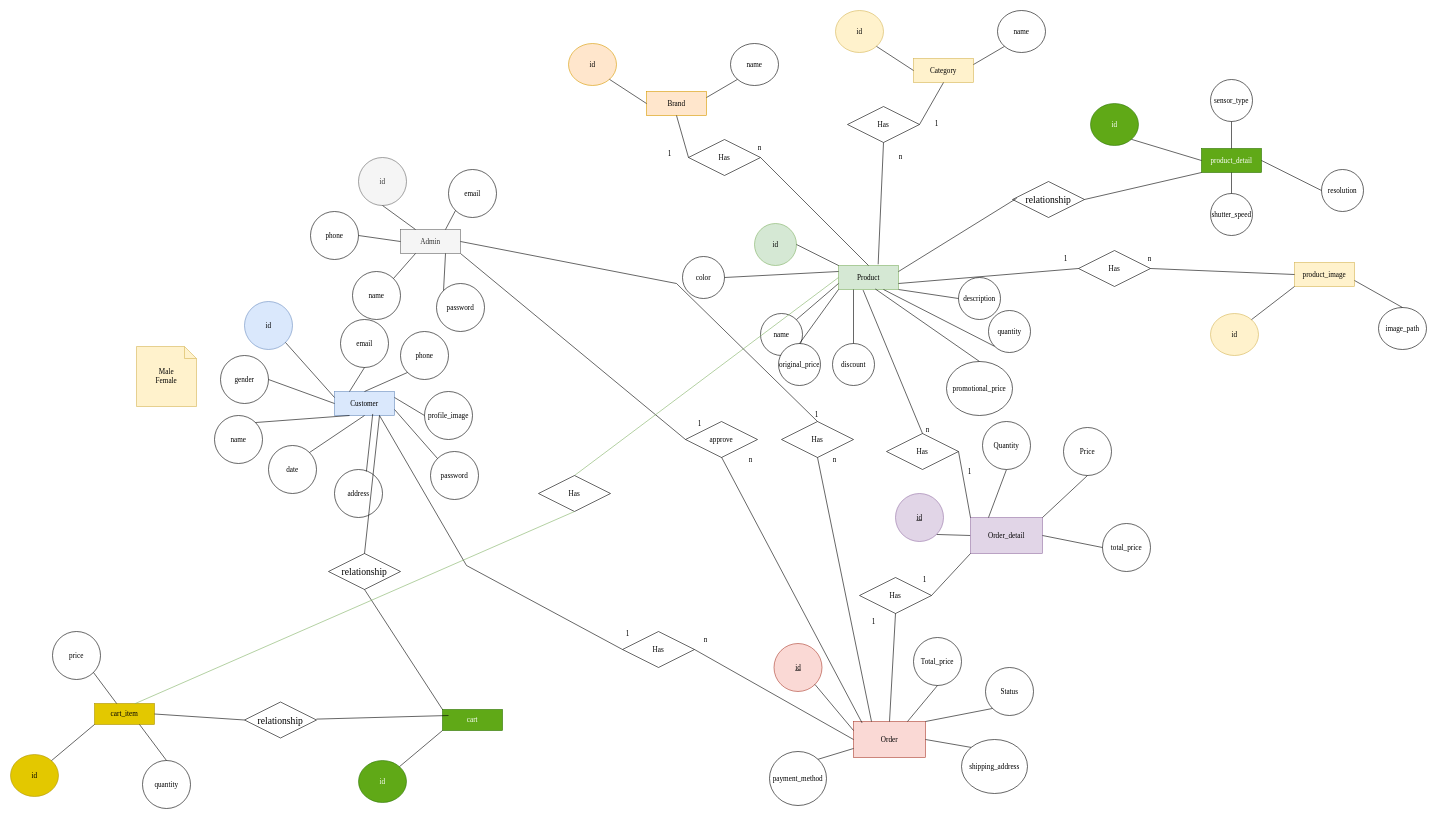
Earlier version of the draw.io diagram page "Page-1" (1 of 2) of CameraStore.drawio (FlashTM123/assignment). Source tidied: cells renumbered, new cells numbered last; positions are measured from the earlier drawing's top-left corner, leaving out a move shared by most shapes. Both pictures are drawn from the tidied source at 60%, with x=0, y=0 at pixel (10, 10).
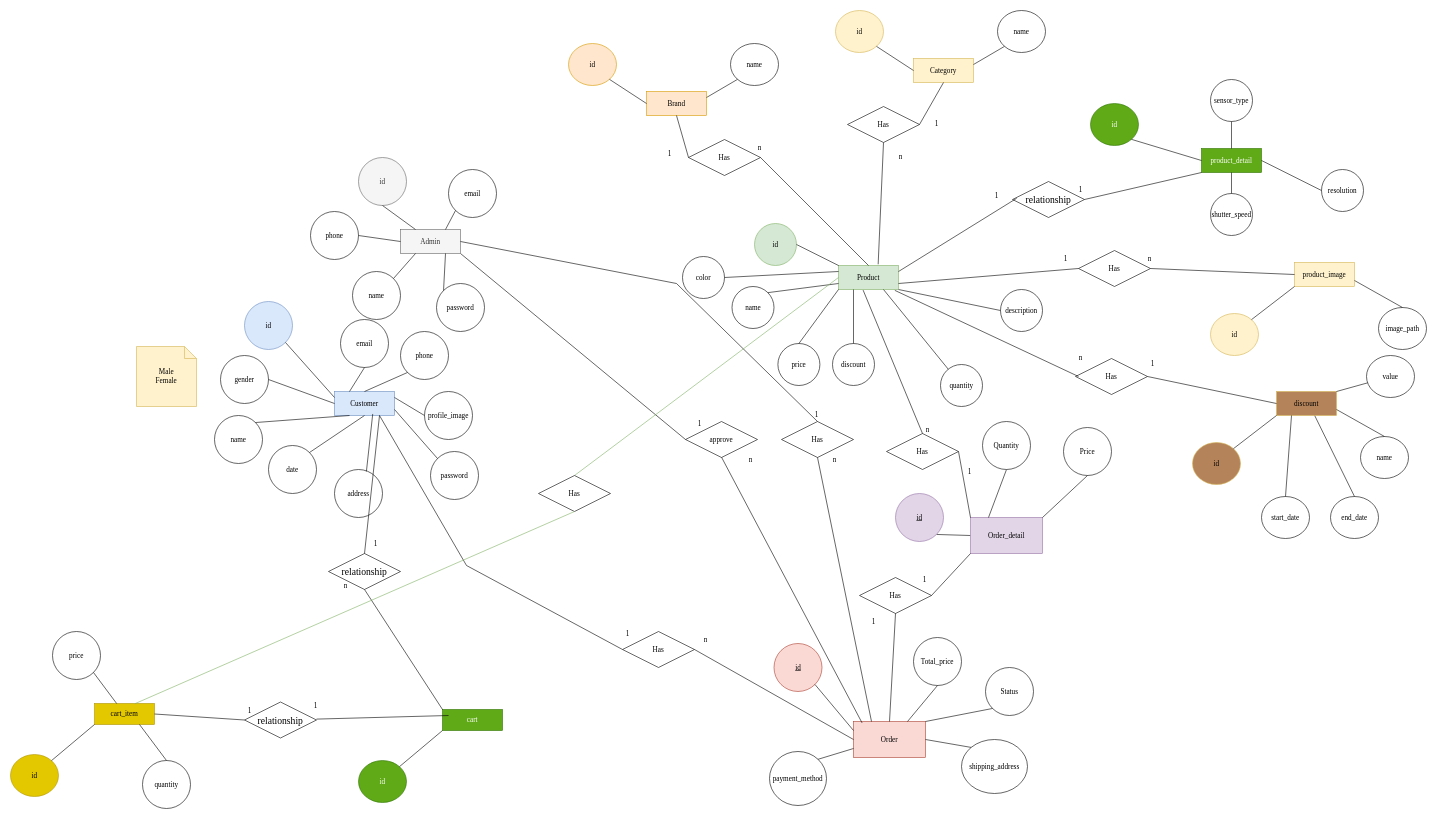
The same diagram, later.

Unchanged cells that the change refers to:
```xml
<mxCell id="2" value="Product" style="whiteSpace=wrap;html=1;align=center;fontFamily=Times New Roman;fillColor=#d5e8d4;strokeColor=#82b366;fontSize=12;" parent="1" vertex="1">
  <mxGeometry x="1380" y="425" width="100" height="40" as="geometry" />
</mxCell>
<mxCell id="92" value="Order_detail" style="rounded=0;whiteSpace=wrap;html=1;fontFamily=Times New Roman;fontSize=12;fillColor=#e1d5e7;strokeColor=#9673a6;" parent="1" vertex="1">
  <mxGeometry x="1600" y="845" width="120" height="60" as="geometry" />
</mxCell>
```

Diff of the diagram source:
```diff
@@
     <mxCell id="32" value="name" style="ellipse;whiteSpace=wrap;html=1;align=center;fontFamily=Times New Roman;fontSize=12;" parent="1" vertex="1">
-      <mxGeometry x="1250" y="505" width="70" height="70" as="geometry" />
+      <mxGeometry x="1202.5" y="460" width="70" height="70" as="geometry" />
     </mxCell>
-    <mxCell id="33" value="original_price" style="ellipse;whiteSpace=wrap;html=1;align=center;fontFamily=Times New Roman;fontSize=12;" parent="1" vertex="1">
-      <mxGeometry x="1280" y="555" width="70" height="70" as="geometry" />
+    <mxCell id="33" value="price" style="ellipse;whiteSpace=wrap;html=1;align=center;fontFamily=Times New Roman;fontSize=12;" parent="1" vertex="1">
+      <mxGeometry x="1279" y="555" width="70" height="70" as="geometry" />
     </mxCell>
@@
     <mxCell id="35" value="quantity" style="ellipse;whiteSpace=wrap;html=1;align=center;fontFamily=Times New Roman;fontSize=12;" parent="1" vertex="1">
-      <mxGeometry x="1630" y="500" width="70" height="70" as="geometry" />
+      <mxGeometry x="1550" y="590" width="70" height="70" as="geometry" />
     </mxCell>
@@
     <mxCell id="39" value="description" style="ellipse;whiteSpace=wrap;html=1;align=center;fontFamily=Times New Roman;fontSize=12;" parent="1" vertex="1">
-      <mxGeometry x="1580" y="445" width="70" height="70" as="geometry" />
+      <mxGeometry x="1650" y="465" width="70" height="70" as="geometry" />
     </mxCell>
-    <mxCell id="40" value="promotional_price" style="ellipse;whiteSpace=wrap;html=1;align=center;fontFamily=Times New Roman;fontSize=12;" parent="1" vertex="1">
-      <mxGeometry x="1560" y="585" width="110" height="90" as="geometry" />
-    </mxCell>
@@
-    <mxCell id="45" style="endArrow=none;html=1;rounded=0;exitX=0.5;exitY=0;exitDx=0;exitDy=0;entryX=0.614;entryY=0.979;entryDx=0;entryDy=0;entryPerimeter=0;fontSize=12;" parent="1" edge="1" source="40" target="2">
-      <mxGeometry relative="1" as="geometry" />
-    </mxCell>
-    <mxCell id="46" style="endArrow=none;html=1;rounded=0;exitX=0;exitY=1;exitDx=0;exitDy=0;entryX=0.75;entryY=1;entryDx=0;entryDy=0;fontSize=12;" parent="1" edge="1" source="35" target="2">
+    <mxCell id="46" style="endArrow=none;html=1;rounded=0;entryX=0.75;entryY=1;entryDx=0;entryDy=0;fontSize=12;" parent="1" edge="1" source="35" target="2">
       <mxGeometry relative="1" as="geometry" />
     </mxCell>
@@
-    <mxCell id="95" value="total_price" style="ellipse;whiteSpace=wrap;html=1;align=center;fontFamily=Times New Roman;fontSize=12;" parent="1" vertex="1">
-      <mxGeometry x="1820" y="855" width="80" height="80" as="geometry" />
-    </mxCell>
@@
-    <mxCell id="98" style="endArrow=none;html=1;rounded=0;entryX=0;entryY=0.5;entryDx=0;entryDy=0;exitX=1;exitY=0.5;exitDx=0;exitDy=0;fontSize=12;" parent="1" edge="1" source="92" target="95">
-      <mxGeometry relative="1" as="geometry" />
-    </mxCell>
@@
+    <mxCell id="156" value="1" style="text;strokeColor=none;fillColor=none;spacingLeft=4;spacingRight=4;overflow=hidden;fontSize=12;whiteSpace=wrap;html=1;fontFamily=Times New Roman;" parent="1" vertex="1">
+      <mxGeometry x="1635" y="295" width="40" height="30" as="geometry" />
+    </mxCell>
+    <mxCell id="157" value="1" style="text;strokeColor=none;fillColor=none;spacingLeft=4;spacingRight=4;overflow=hidden;fontSize=12;whiteSpace=wrap;html=1;fontFamily=Times New Roman;" parent="1" vertex="1">
+      <mxGeometry x="1775" y="285" width="40" height="30" as="geometry" />
+    </mxCell>
+    <mxCell id="158" value="discount" style="whiteSpace=wrap;html=1;align=center;fontFamily=Times New Roman;fillColor=light-dark(#b5835a, #281d00);strokeColor=#d6b656;fontSize=12;" parent="1" vertex="1">
+      <mxGeometry x="2110" y="635" width="100" height="40" as="geometry" />
+    </mxCell>
+    <mxCell id="159" value="id" style="ellipse;whiteSpace=wrap;html=1;align=center;fontFamily=Times New Roman;fillColor=light-dark(#b5835a, #281d00);strokeColor=#d6b656;fontSize=12;" parent="1" vertex="1">
+      <mxGeometry x="1970" y="720" width="80" height="70" as="geometry" />
+    </mxCell>
+    <mxCell id="160" value="name" style="ellipse;whiteSpace=wrap;html=1;align=center;fontFamily=Times New Roman;fontSize=12;" parent="1" vertex="1">
+      <mxGeometry x="2250" y="710" width="80" height="70" as="geometry" />
+    </mxCell>
+    <mxCell id="161" style="endArrow=none;html=1;rounded=0;exitX=1;exitY=0;exitDx=0;exitDy=0;entryX=0;entryY=1;entryDx=0;entryDy=0;fontSize=12;" parent="1" edge="1" source="159" target="158">
+      <mxGeometry relative="1" as="geometry" />
+    </mxCell>
+    <mxCell id="162" style="endArrow=none;html=1;rounded=0;exitX=0.5;exitY=0;exitDx=0;exitDy=0;entryX=1;entryY=0.75;entryDx=0;entryDy=0;fontSize=12;" parent="1" edge="1" source="160" target="158">
+      <mxGeometry relative="1" as="geometry" />
+    </mxCell>
+    <mxCell id="163" value="value" style="ellipse;whiteSpace=wrap;html=1;align=center;fontFamily=Times New Roman;fontSize=12;" parent="1" vertex="1">
+      <mxGeometry x="2260" y="575" width="80" height="70" as="geometry" />
+    </mxCell>
+    <mxCell id="164" style="endArrow=none;html=1;rounded=0;entryX=1;entryY=0;entryDx=0;entryDy=0;fontSize=12;" parent="1" edge="1" source="163" target="158">
+      <mxGeometry relative="1" as="geometry" />
+    </mxCell>
+    <mxCell id="165" value="start_date" style="ellipse;whiteSpace=wrap;html=1;align=center;fontFamily=Times New Roman;fontSize=12;" parent="1" vertex="1">
+      <mxGeometry x="2085" y="810" width="80" height="70" as="geometry" />
+    </mxCell>
+    <mxCell id="166" value="end_date" style="ellipse;whiteSpace=wrap;html=1;align=center;fontFamily=Times New Roman;fontSize=12;" parent="1" vertex="1">
+      <mxGeometry x="2200" y="810" width="80" height="70" as="geometry" />
+    </mxCell>
+    <mxCell id="167" style="endArrow=none;html=1;rounded=0;entryX=0.5;entryY=0;entryDx=0;entryDy=0;fontSize=12;exitX=0.25;exitY=1;exitDx=0;exitDy=0;" parent="1" edge="1" source="158" target="165">
+      <mxGeometry relative="1" as="geometry" />
+    </mxCell>
+    <mxCell id="168" style="endArrow=none;html=1;rounded=0;entryX=0.5;entryY=0;entryDx=0;entryDy=0;fontSize=12;exitX=0.639;exitY=1.014;exitDx=0;exitDy=0;exitPerimeter=0;" parent="1" edge="1" source="158" target="166">
+      <mxGeometry relative="1" as="geometry" />
+    </mxCell>
+    <mxCell id="169" value="Has" style="shape=rhombus;perimeter=rhombusPerimeter;whiteSpace=wrap;html=1;align=center;fontFamily=Times New Roman;fontSize=12;" parent="1" vertex="1">
+      <mxGeometry x="1775" y="580" width="120" height="60" as="geometry" />
+    </mxCell>
+    <mxCell id="170" style="endArrow=none;html=1;rounded=0;exitX=1;exitY=0.5;exitDx=0;exitDy=0;entryX=0;entryY=0.5;entryDx=0;entryDy=0;fontSize=12;" parent="1" edge="1" source="169" target="158">
+      <mxGeometry relative="1" as="geometry" />
+    </mxCell>
+    <mxCell id="171" style="endArrow=none;html=1;rounded=0;exitX=0.939;exitY=1.036;exitDx=0;exitDy=0;fontSize=12;exitPerimeter=0;" parent="1" edge="1" source="2">
+      <mxGeometry relative="1" as="geometry">
+        <mxPoint x="1780" y="610" as="targetPoint" />
+      </mxGeometry>
+    </mxCell>
+    <mxCell id="172" value="1" style="text;strokeColor=none;fillColor=none;spacingLeft=4;spacingRight=4;overflow=hidden;fontSize=12;whiteSpace=wrap;html=1;fontFamily=Times New Roman;" parent="1" vertex="1">
+      <mxGeometry x="1895" y="575" width="40" height="30" as="geometry" />
+    </mxCell>
+    <mxCell id="173" value="n" style="text;strokeColor=none;fillColor=none;spacingLeft=4;spacingRight=4;overflow=hidden;fontSize=12;whiteSpace=wrap;html=1;fontFamily=Times New Roman;" parent="1" vertex="1">
+      <mxGeometry x="1775" y="565" width="40" height="30" as="geometry" />
+    </mxCell>
+    <mxCell id="174" value="1" style="text;strokeColor=none;fillColor=none;spacingLeft=4;spacingRight=4;overflow=hidden;fontSize=12;whiteSpace=wrap;html=1;fontFamily=Times New Roman;" parent="1" vertex="1">
+      <mxGeometry x="500" y="1145" width="40" height="30" as="geometry" />
+    </mxCell>
+    <mxCell id="175" value="1" style="text;strokeColor=none;fillColor=none;spacingLeft=4;spacingRight=4;overflow=hidden;fontSize=12;whiteSpace=wrap;html=1;fontFamily=Times New Roman;" parent="1" vertex="1">
+      <mxGeometry x="390" y="1152.5" width="40" height="30" as="geometry" />
+    </mxCell>
+    <mxCell id="176" value="1" style="text;strokeColor=none;fillColor=none;spacingLeft=4;spacingRight=4;overflow=hidden;fontSize=12;whiteSpace=wrap;html=1;fontFamily=Times New Roman;" parent="1" vertex="1">
+      <mxGeometry x="600" y="875" width="40" height="30" as="geometry" />
+    </mxCell>
+    <mxCell id="177" value="n" style="text;strokeColor=none;fillColor=none;spacingLeft=4;spacingRight=4;overflow=hidden;fontSize=12;whiteSpace=wrap;html=1;fontFamily=Times New Roman;" parent="1" vertex="1">
+      <mxGeometry x="550" y="945" width="40" height="30" as="geometry" />
+    </mxCell>
```
